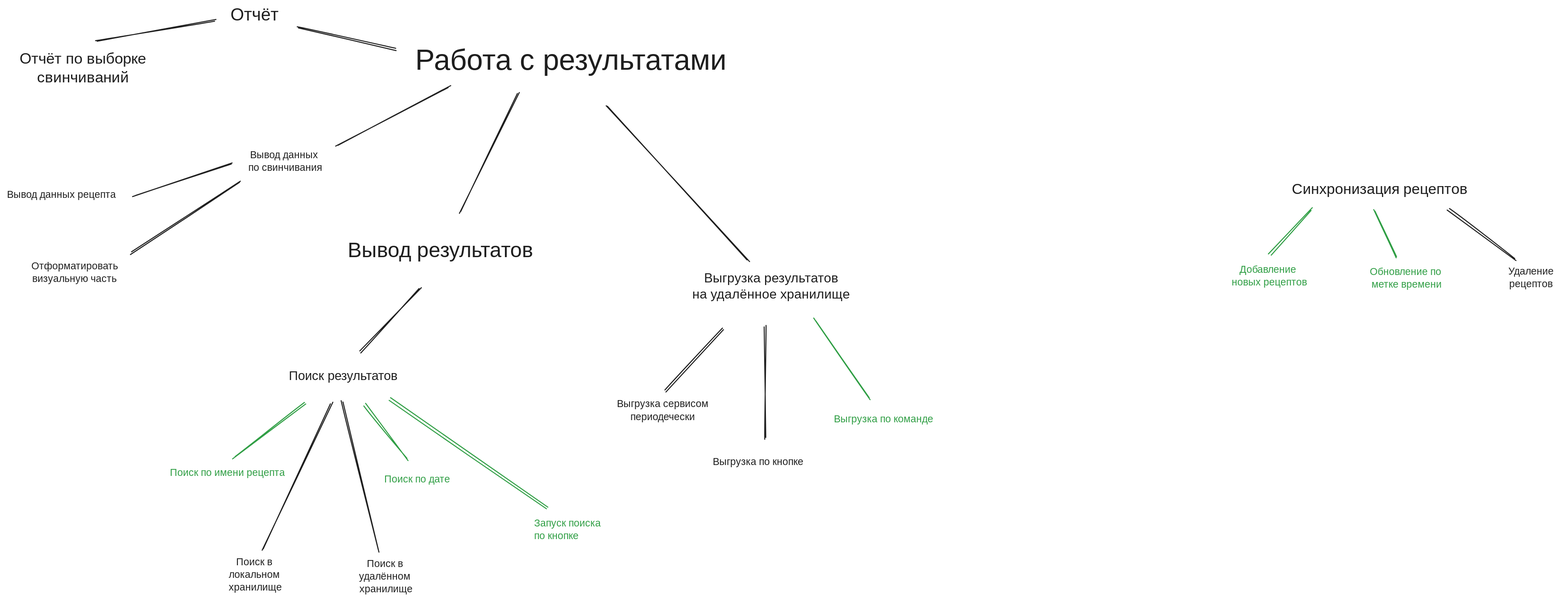
AlexFrick92/PNTZ.Mufta keeps this Excalidraw diagram as Doc/Рабочий процесс/Tasks.svg. Above is the earlier version. Source tidied: one line per element, renumbered; positions are measured from the earlier drawing's top-left corner, leaving out a move shared by most shapes.
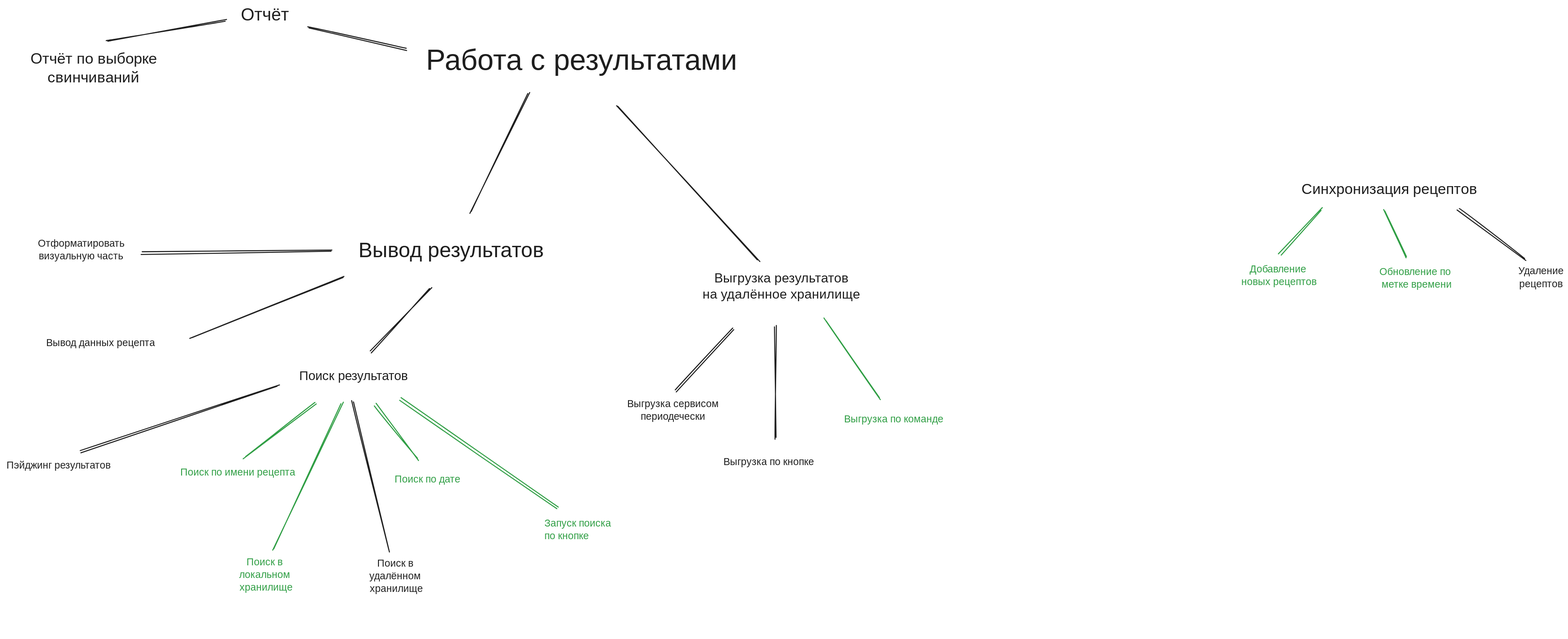
Later version of the same file.

Diff of the diagram source:
```diff
@@ -5,9 +5,9 @@
 {"id": 4, "type": "text", "text": "Поиск по имени рецепта", "strokeColor": "#2f9e44", "strokeWidth": 2, "roughness": 2, "fontSize": 20, "fontFamily": 5, "x": 325, "y": 911, "width": 231, "height": 25}
 {"id": 5, "type": "line", "strokeColor": "#2f9e44", "strokeWidth": 2, "roughness": 2, "round": true, "x": 712, "y": 788, "width": 83, "height": 110, "points": [[0, 0], [83, 110]]}
 {"id": 6, "type": "text", "text": "Поиск по дате", "strokeColor": "#2f9e44", "strokeWidth": 2, "roughness": 2, "fontSize": 20, "fontFamily": 5, "x": 749, "y": 925, "width": 136, "height": 25}
-{"id": 7, "type": "text", "text": "Поиск в \nлокальном \nхранилище", "strokeColor": "#1e1e1e", "strokeWidth": 2, "roughness": 2, "fontSize": 20, "fontFamily": 5, "textAlign": "center", "x": 440, "y": 1088, "width": 109, "height": 75}
+{"id": 7, "type": "text", "text": "Поиск в \nлокальном \nхранилище", "strokeColor": "#2f9e44", "strokeWidth": 2, "roughness": 2, "fontSize": 20, "fontFamily": 5, "textAlign": "center", "x": 440, "y": 1088, "width": 109, "height": 75}
 {"id": 8, "type": "text", "text": "Поиск в \nудалённом \nхранилище", "strokeColor": "#1e1e1e", "strokeWidth": 2, "roughness": 2, "fontSize": 20, "fontFamily": 5, "textAlign": "center", "x": 698, "y": 1091, "width": 109, "height": 75}
-{"id": 9, "type": "line", "strokeColor": "#1e1e1e", "strokeWidth": 2, "roughness": 2, "round": true, "x": 643, "y": 788, "width": 133, "height": 287, "points": [[0, 0], [-133, 287]]}
+{"id": 9, "type": "line", "strokeColor": "#2f9e44", "strokeWidth": 2, "roughness": 2, "round": true, "x": 643, "y": 788, "width": 133, "height": 287, "points": [[0, 0], [-133, 287]]}
 {"id": 10, "type": "line", "strokeColor": "#1e1e1e", "strokeWidth": 2, "roughness": 2, "round": true, "x": 667, "y": 783, "width": 69, "height": 296, "points": [[0, 0], [69, 296]]}
 {"id": 11, "type": "text", "text": "Выгрузка результатов\nна удалённое хранилище", "strokeColor": "#1e1e1e", "strokeWidth": 2, "roughness": 2, "fontSize": 25.71, "fontFamily": 5, "textAlign": "center", "x": 1359, "y": 525, "width": 308, "height": 64}
 {"id": 12, "type": "line", "strokeColor": "#2f9e44", "strokeWidth": 2, "roughness": 2, "round": true, "x": 1598, "y": 619, "width": 109, "height": 158, "points": [[0, 0], [109, 158]]}
@@ -30,11 +30,11 @@
 {"id": 29, "type": "text", "text": "Отчёт по выборке\nсвинчиваний", "strokeColor": "#1e1e1e", "strokeWidth": 2, "roughness": 1, "fontSize": 29.84, "fontFamily": 5, "textAlign": "center", "x": 24, "y": 89, "width": 260, "height": 75}
 {"id": 30, "type": "line", "strokeColor": "#1e1e1e", "strokeWidth": 2, "roughness": 2, "round": true, "x": 181, "y": 69, "width": 236, "height": 40, "points": [[0, 0], [236, -40]]}
 {"id": 31, "type": "line", "strokeColor": "#1e1e1e", "strokeWidth": 2, "roughness": 2, "round": true, "x": 577, "y": 45, "width": 192, "height": 44, "points": [[0, 0], [192, 44]]}
-{"id": 32, "type": "text", "text": "Вывод данных \nпо свинчивания", "strokeColor": "#1e1e1e", "strokeWidth": 2, "roughness": 2, "fontSize": 20, "fontFamily": 5, "textAlign": "center", "x": 479, "y": 285, "width": 149, "height": 50}
-{"id": 33, "type": "line", "strokeColor": "#1e1e1e", "strokeWidth": 2, "roughness": 2, "round": true, "x": 653, "y": 277, "width": 224, "height": 116, "points": [[0, 0], [224, -116]]}
-{"id": 34, "type": "text", "text": "Вывод данных рецепта", "strokeColor": "#1e1e1e", "strokeWidth": 2, "roughness": 2, "fontSize": 20, "fontFamily": 5, "textAlign": "center", "x": 0, "y": 363, "width": 222, "height": 25}
+{"id": 34, "type": "text", "text": "Вывод данных рецепта", "strokeColor": "#1e1e1e", "strokeWidth": 2, "roughness": 2, "fontSize": 20, "fontFamily": 5, "textAlign": "center", "x": 56, "y": 655, "width": 222, "height": 25}
-{"id": 35, "type": "text", "text": "Отформатировать\nвизуальную часть", "strokeColor": "#1e1e1e", "strokeWidth": 2, "roughness": 2, "fontSize": 20, "fontFamily": 5, "textAlign": "center", "x": 52, "y": 504, "width": 171, "height": 50}
+{"id": 35, "type": "text", "text": "Отформатировать\nвизуальную часть", "strokeColor": "#1e1e1e", "strokeWidth": 2, "roughness": 2, "fontSize": 20, "fontFamily": 5, "textAlign": "center", "x": 44, "y": 460, "width": 171, "height": 50}
-{"id": 36, "type": "line", "strokeColor": "#1e1e1e", "strokeWidth": 2, "roughness": 2, "round": true, "x": 247, "y": 488, "width": 216, "height": 138, "points": [[0, 0], [216, -138]]}
+{"id": 36, "type": "line", "strokeColor": "#1e1e1e", "strokeWidth": 2, "roughness": 2, "round": true, "x": 247, "y": 488, "width": 376, "height": 2, "points": [[0, 0], [376, -2]]}
-{"id": 37, "type": "line", "strokeColor": "#1e1e1e", "strokeWidth": 2, "roughness": 2, "round": true, "x": 253, "y": 376, "width": 194, "height": 62, "points": [[0, 0], [194, -62]]}
+{"id": 37, "type": "line", "strokeColor": "#1e1e1e", "strokeWidth": 2, "roughness": 2, "round": true, "x": 345, "y": 656, "width": 302, "height": 118, "points": [[0, 0], [302, -118]]}
 {"id": 38, "type": "text", "text": "Запуск поиска\nпо кнопке", "strokeColor": "#2f9e44", "strokeWidth": 2, "roughness": 2, "fontSize": 20, "fontFamily": 5, "x": 1044, "y": 1012, "width": 140, "height": 50}
 {"id": 39, "type": "line", "strokeColor": "#2f9e44", "strokeWidth": 2, "roughness": 2, "round": true, "x": 760, "y": 777, "width": 312, "height": 215, "points": [[0, 0], [312, 215]]}
+{"id": 40, "type": "line", "strokeColor": "#1e1e1e", "strokeWidth": 2, "roughness": 2, "round": true, "x": 517, "y": 753, "width": 390, "height": 130, "points": [[0, 0], [-390, 130]]}
+{"id": 41, "type": "text", "text": "Пэйджинг результатов", "strokeColor": "#1e1e1e", "strokeWidth": 2, "roughness": 2, "fontSize": 20, "fontFamily": 5, "textAlign": "center", "x": -21, "y": 898, "width": 210, "height": 25}
```
